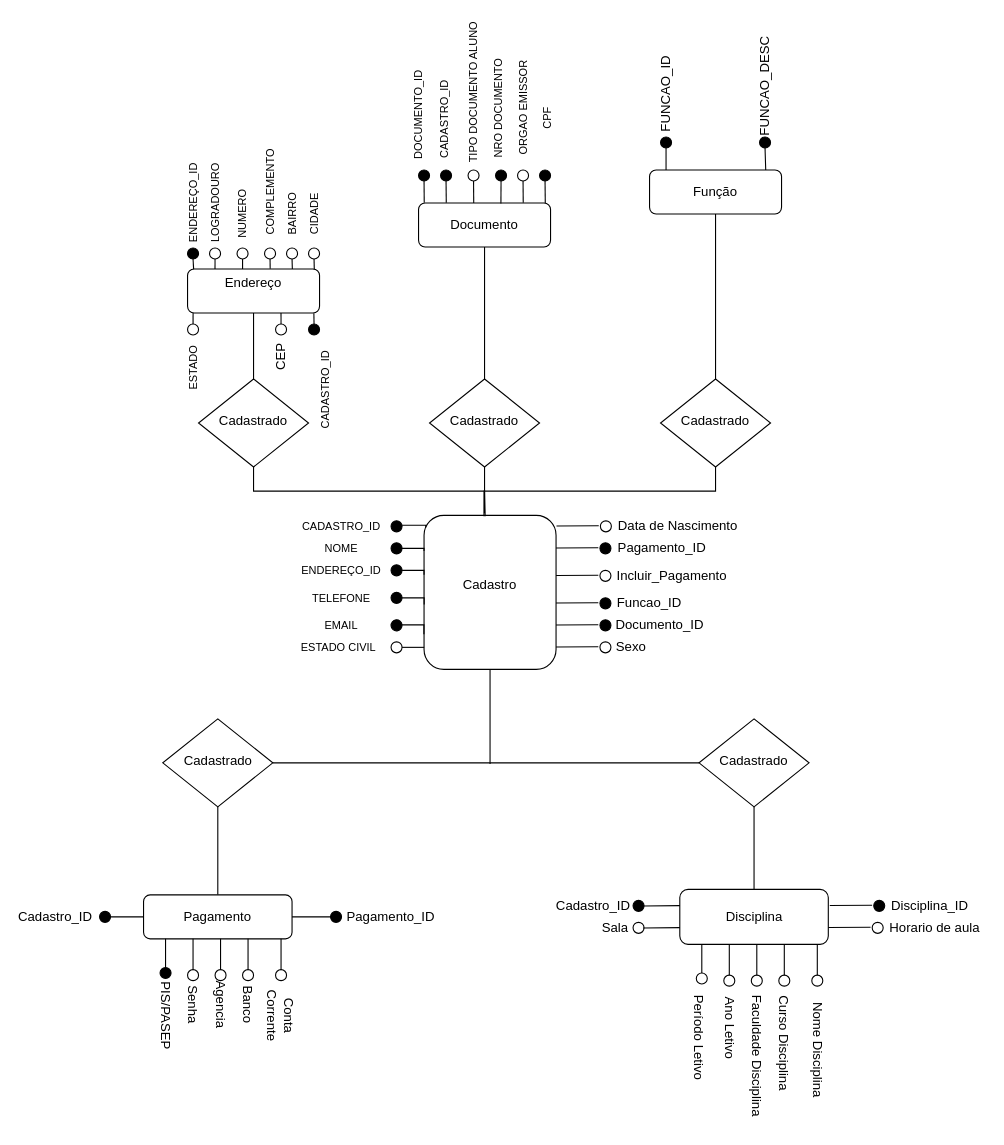
The draw.io diagram bd2Diagram.drawio in Nicholasmais/diagrams, before the edit. Source tidied: cells renumbered, new cells numbered last; positions are measured from the earlier drawing's top-left corner, leaving out a move shared by most shapes. Both pictures are drawn from the tidied source at 110%, with x=0, y=0 at pixel (33, 75).
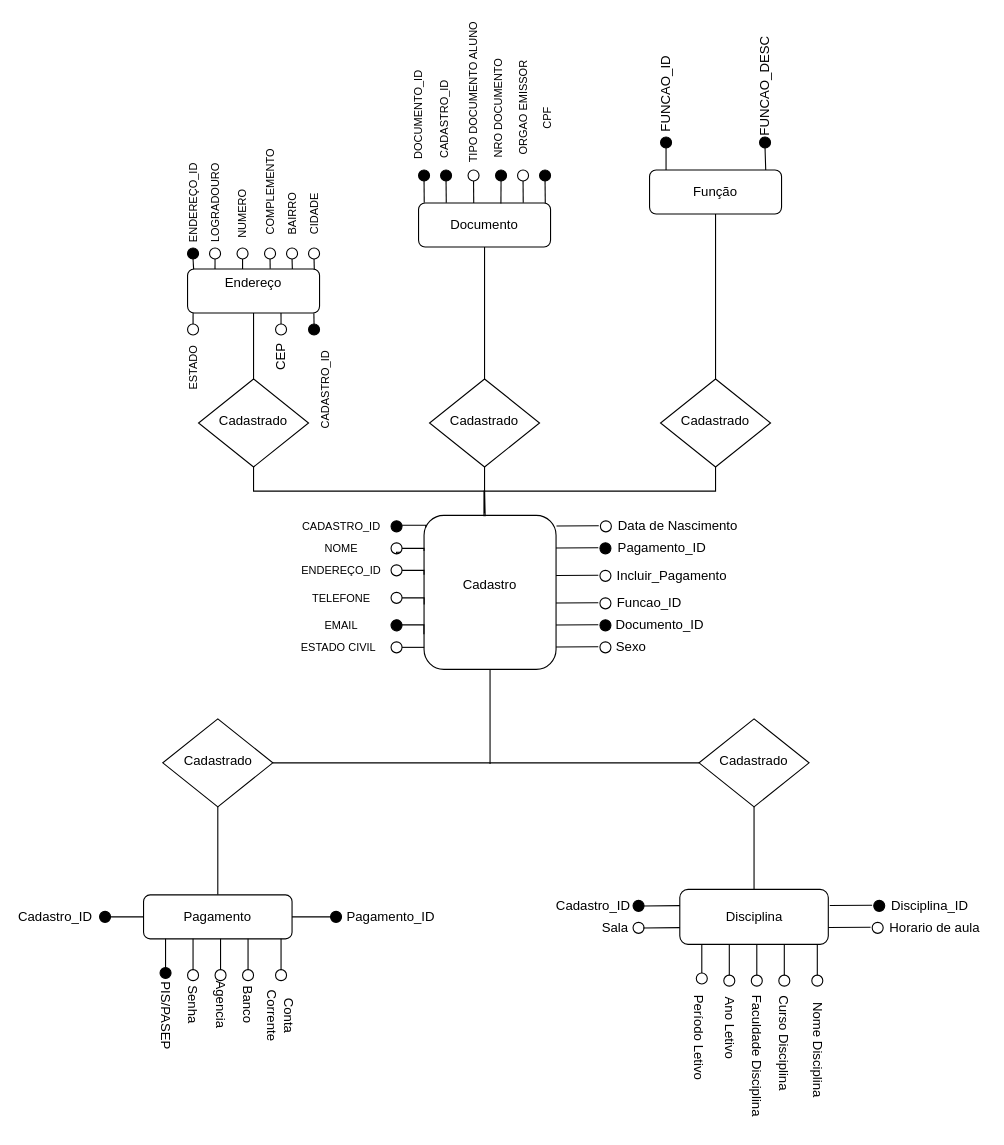
The same diagram, later.

The change refers to these unchanged cells:
```xml
<mxCell id="124" style="group;rotation=-90;" parent="123" vertex="1">
  <mxGeometry width="120" height="10" as="geometry" />
</mxCell>
```

Diff of the diagram source:
```diff
@@
-    <mxCell id="125" style="ellipse;whiteSpace=wrap;html=1;rotation=-90;fillColor=#000000;" parent="124" vertex="1">
+    <mxCell id="125" style="ellipse;whiteSpace=wrap;html=1;rotation=-90;fillColor=none;" parent="124" vertex="1">
       <mxGeometry x="55" y="10" width="10" height="10" as="geometry" />
     </mxCell>
-    <mxCell id="126" style="ellipse;whiteSpace=wrap;html=1;rotation=-90;fillColor=#000000;" parent="124" vertex="1">
+    <mxCell id="126" style="ellipse;whiteSpace=wrap;html=1;rotation=-90;fillColor=none;" parent="124" vertex="1">
       <mxGeometry x="55" y="-15" width="10" height="10" as="geometry" />
     </mxCell>
-    <mxCell id="127" style="ellipse;whiteSpace=wrap;html=1;rotation=-90;fillColor=#000000;" parent="124" vertex="1">
+    <mxCell id="127" style="ellipse;whiteSpace=wrap;html=1;rotation=-90;fillColor=none;" parent="124" vertex="1">
       <mxGeometry x="55" y="-35" width="10" height="10" as="geometry" />
     </mxCell>
@@
-    <mxCell id="145" style="ellipse;whiteSpace=wrap;html=1;fillColor=#000000;" parent="1" vertex="1">
+    <mxCell id="145" style="ellipse;whiteSpace=wrap;html=1;fillColor=none;" parent="1" vertex="1">
       <mxGeometry x="514.9" y="475" width="10" height="10" as="geometry" />
     </mxCell>
```
